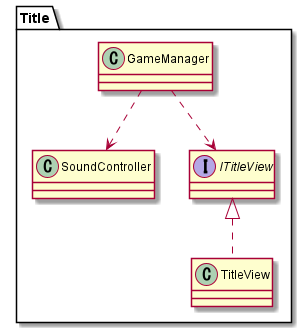
This is Assets/_SlimeCatch/Docs/Title.png from RiseManagement/SlimeCatch, a PlantUML export, as it was before one commit. The source it was exported from:
```plantuml
@startuml

namespace Title{
    class SoundController
    class GameManager
    class TitleView
    interface ITitleView

    ITitleView <|.. TitleView
    GameManager ..> SoundController
    GameManager ..> ITitleView
}

@enduml
```
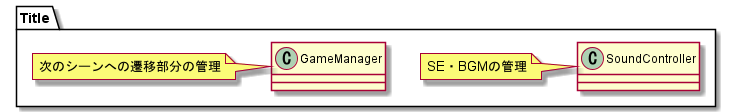
After the change.

Commit message:
docs: タイトル画面のクラス図の更新

Diff of the diagram source:
```diff
@@ -2,13 +2,10 @@
 
 namespace Title{
     class SoundController
+    note left: SE・BGMの管理
     class GameManager
-    class TitleView
-    interface ITitleView
+    note left: 次のシーンへの遷移部分の管理
 
-    ITitleView <|.. TitleView
-    GameManager ..> SoundController
-    GameManager ..> ITitleView
 }
 
 @enduml
```
